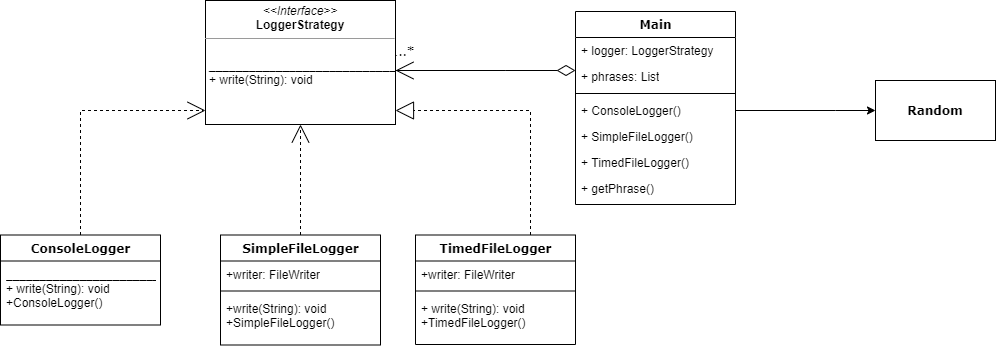
Earlier version of the draw.io export 2/logger/UntitledDiagram.png (frozzen256/BPA18-01). Source tidied: cells renumbered, new cells last; positions are measured from the earlier drawing's top-left corner, leaving out a move shared by most shapes.
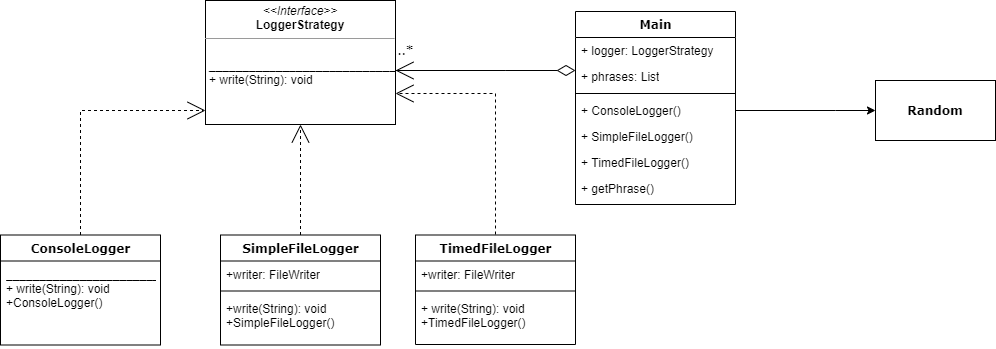
Later version of the same file.

The edit, as a diff of the source:
```diff
@@ -10,10 +10,10 @@
       </mxGeometry>
     </mxCell>
     <mxCell id="3" value="ConsoleLogger&lt;br&gt;" style="swimlane;html=1;fontStyle=1;align=center;verticalAlign=top;horizontal=1;startSize=26;swimlaneFillColor=#ffffff;rounded=0;shadow=0;comic=0;labelBackgroundColor=none;strokeWidth=1;fillColor=none;fontFamily=Verdana;fontSize=12;" parent="1" vertex="1">
-      <mxGeometry y="234.5" width="160" height="90" as="geometry" />
+      <mxGeometry y="234.5" width="160" height="110" as="geometry" />
     </mxCell>
     <mxCell id="4" value="_______________________&lt;br&gt;+ write(String): void&lt;br&gt;+ConsoleLogger()" style="text;html=1;strokeColor=none;fillColor=none;align=left;verticalAlign=top;spacingLeft=4;spacingRight=4;whiteSpace=wrap;overflow=hidden;" parent="3" vertex="1">
-      <mxGeometry y="26" width="160" height="64" as="geometry" />
+      <mxGeometry y="26" width="160" height="84" as="geometry" />
     </mxCell>
     <mxCell id="5" value="Main&lt;br&gt;" style="swimlane;html=1;fontStyle=1;align=center;verticalAlign=top;horizontal=1;startSize=26;swimlaneFillColor=#ffffff;rounded=0;shadow=0;comic=0;labelBackgroundColor=none;strokeWidth=1;fillColor=none;fontFamily=Verdana;fontSize=12;" parent="1" vertex="1">
       <mxGeometry x="575" y="11" width="160" height="193" as="geometry" />
@@ -68,13 +68,6 @@
     <mxCell id="19" value="+write(String): void&lt;br&gt;+SimpleFileLogger()" style="text;html=1;strokeColor=none;fillColor=none;align=left;verticalAlign=top;spacingLeft=4;spacingRight=4;whiteSpace=wrap;overflow=hidden;" parent="16" vertex="1">
       <mxGeometry y="60" width="160" height="40" as="geometry" />
     </mxCell>
-    <mxCell id="20" style="edgeStyle=orthogonalEdgeStyle;rounded=0;html=1;dashed=1;labelBackgroundColor=none;startArrow=none;startFill=0;startSize=8;endArrow=block;endFill=0;endSize=16;fontFamily=Verdana;fontSize=12;" parent="1" edge="1" source="21" target="25">
-      <mxGeometry relative="1" as="geometry">
-        <Array as="points">
-          <mxPoint x="530" y="110" />
-        </Array>
-      </mxGeometry>
-    </mxCell>
     <mxCell id="21" value="TimedFileLogger" style="swimlane;html=1;fontStyle=1;align=center;verticalAlign=top;horizontal=1;startSize=26;swimlaneFillColor=#ffffff;rounded=0;shadow=0;comic=0;labelBackgroundColor=none;strokeWidth=1;fillColor=none;fontFamily=Verdana;fontSize=12;" parent="1" vertex="1">
       <mxGeometry x="415" y="234.5" width="160" height="109.5" as="geometry" />
     </mxCell>
@@ -110,5 +103,13 @@
     <mxCell id="28" value="&lt;span style=&quot;font-family: &amp;#34;verdana&amp;#34; ; font-weight: 700&quot;&gt;Random&lt;/span&gt;" style="rounded=0;whiteSpace=wrap;html=1;" parent="1" vertex="1">
       <mxGeometry x="875" y="80" width="120" height="60" as="geometry" />
     </mxCell>
+    <mxCell id="29" style="edgeStyle=orthogonalEdgeStyle;rounded=0;html=1;dashed=1;labelBackgroundColor=none;startArrow=none;startFill=0;startSize=8;endArrow=open;endFill=0;endSize=16;fontFamily=Verdana;fontSize=12;entryX=1;entryY=0.75;entryDx=0;entryDy=0;" parent="1" edge="1" target="25">
+      <mxGeometry relative="1" as="geometry">
+        <mxPoint x="495" y="234" as="sourcePoint" />
+        <Array as="points">
+          <mxPoint x="495" y="93" />
+        </Array>
+      </mxGeometry>
+    </mxCell>
   </root>
 </mxGraphModel>
```
